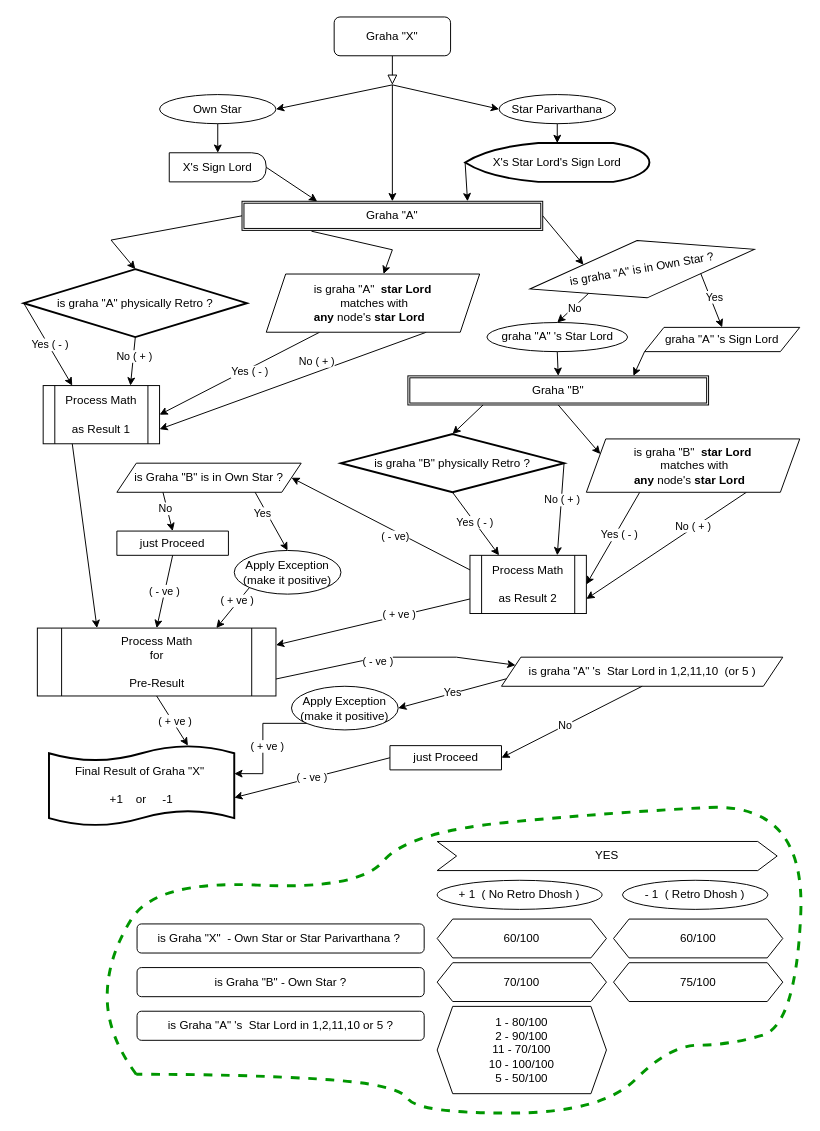
Above: retro/retro-new.drawio in appilivamsikrishna/drawings (draw.io), before the change. Source tidied: cells renumbered, new cells numbered last; positions are measured from the earlier drawing's top-left corner, leaving out a move shared by most shapes. Both pictures are drawn from the tidied source at 97%, with x=0, y=0 at pixel (23, 16).
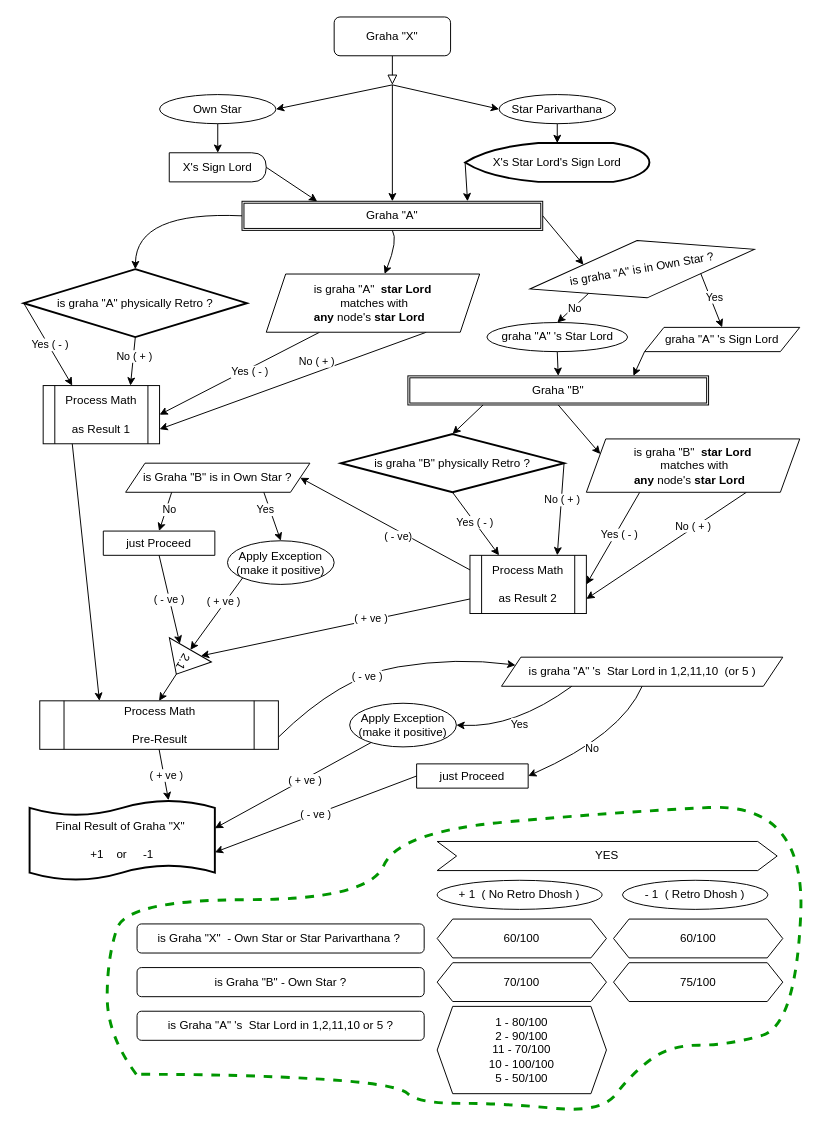
After the change.

Unchanged cells that the change refers to:
```xml
<mxCell id="13" value="Graha &quot;A&quot;" style="shape=ext;double=1;rounded=0;whiteSpace=wrap;html=1;" parent="1" vertex="1">
  <mxGeometry x="225" y="190" width="310" height="30" as="geometry" />
</mxCell>
<mxCell id="16" value="is graha &quot;A&quot; physically Retro ?" style="strokeWidth=2;html=1;shape=mxgraph.flowchart.decision;whiteSpace=wrap;" parent="1" vertex="1">
  <mxGeometry y="260" width="230" height="70" as="geometry" />
</mxCell>
<mxCell id="28" value="is graha &quot;A&quot;&amp;nbsp; &lt;b&gt;star Lord&lt;/b&gt;&lt;br&gt;&amp;nbsp;matches with&lt;br&gt;&amp;nbsp;&lt;b&gt;any &lt;/b&gt;node's &lt;b&gt;star Lord&lt;/b&gt;&amp;nbsp; &amp;nbsp;" style="shape=parallelogram;perimeter=parallelogramPerimeter;whiteSpace=wrap;html=1;fixedSize=1;" parent="1" vertex="1">
  <mxGeometry x="250" y="265" width="220" height="60" as="geometry" />
</mxCell>
<mxCell id="45" value="Process Math&lt;br&gt;&lt;br&gt;as Result 2" style="shape=process;whiteSpace=wrap;html=1;backgroundOutline=1;" parent="1" vertex="1">
  <mxGeometry x="460" y="555" width="120" height="60" as="geometry" />
</mxCell>
<mxCell id="74" value="is graha &quot;A&quot; 's&amp;nbsp; Star Lord in 1,2,11,10&amp;nbsp; (or 5 )" style="shape=parallelogram;perimeter=parallelogramPerimeter;whiteSpace=wrap;html=1;fixedSize=1;" parent="1" vertex="1">
  <mxGeometry x="492.5" y="660" width="290" height="30" as="geometry" />
</mxCell>
```

What changed in the source:
```diff
@@
-    <mxCell id="17" style="endArrow=classic;html=1;rounded=0;exitX=0;exitY=0.5;exitDx=0;exitDy=0;entryX=0.5;entryY=0;entryDx=0;entryDy=0;entryPerimeter=0;" parent="1" edge="1" source="13" target="16">
+    <mxCell id="17" style="endArrow=classic;html=1;rounded=0;exitX=0;exitY=0.5;exitDx=0;exitDy=0;entryX=0.5;entryY=0;entryDx=0;entryDy=0;entryPerimeter=0;curved=1;" parent="1" edge="1" source="13" target="16">
       <mxGeometry relative="1" as="geometry">
         <Array as="points">
-          <mxPoint x="90" y="230" />
+          <mxPoint x="116" y="200" />
         </Array>
       </mxGeometry>
     </mxCell>
-    <mxCell id="18" style="endArrow=classic;html=1;rounded=0;exitX=0.231;exitY=1.028;exitDx=0;exitDy=0;exitPerimeter=0;" parent="1" edge="1" source="13" target="28">
+    <mxCell id="18" style="endArrow=classic;html=1;rounded=0;exitX=0.5;exitY=1;exitDx=0;exitDy=0;curved=1;" parent="1" edge="1" source="13" target="28">
       <mxGeometry relative="1" as="geometry">
         <Array as="points">
-          <mxPoint x="380" y="240" />
+          <mxPoint x="386" y="230" />
         </Array>
       </mxGeometry>
     </mxCell>
@@
     <mxCell id="53" value="is Graha &quot;B&quot; is in Own Star ?" style="shape=parallelogram;perimeter=parallelogramPerimeter;whiteSpace=wrap;html=1;fixedSize=1;" parent="1" vertex="1">
-      <mxGeometry x="96" y="460" width="190" height="30" as="geometry" />
+      <mxGeometry x="105" y="460" width="190" height="30" as="geometry" />
     </mxCell>
@@
     <mxCell id="58" value="Apply Exception&lt;br&gt;(make it positive)" style="ellipse;whiteSpace=wrap;html=1;" parent="1" vertex="1">
-      <mxGeometry x="217" y="550" width="110" height="45" as="geometry" />
+      <mxGeometry x="210" y="540" width="110" height="45" as="geometry" />
     </mxCell>
@@
     <mxCell id="61" value="just Proceed" style="shape=parallelogram;perimeter=parallelogramPerimeter;whiteSpace=wrap;html=1;fixedSize=1;size=0;" parent="1" vertex="1">
-      <mxGeometry x="96" y="530" width="115" height="25" as="geometry" />
+      <mxGeometry x="82" y="530" width="115" height="25" as="geometry" />
     </mxCell>
-    <mxCell id="62" value="Process Math&lt;div&gt;for&lt;/div&gt;&lt;div&gt;&lt;br&gt;&lt;/div&gt;&lt;div&gt;Pre-Result&lt;/div&gt;" style="shape=process;whiteSpace=wrap;html=1;backgroundOutline=1;" parent="1" vertex="1">
-      <mxGeometry x="14" y="630" width="246" height="70" as="geometry" />
+    <mxCell id="62" value="Process Math&lt;div&gt;&lt;br&gt;&lt;/div&gt;&lt;div&gt;Pre-Result&lt;/div&gt;" style="shape=process;whiteSpace=wrap;html=1;backgroundOutline=1;" parent="1" vertex="1">
+      <mxGeometry x="16.5" y="705" width="246" height="50" as="geometry" />
     </mxCell>
@@
-    <mxCell id="64" value="( - ve )" style="endArrow=classic;html=1;rounded=0;exitX=0.5;exitY=1;exitDx=0;exitDy=0;entryX=0.5;entryY=0;entryDx=0;entryDy=0;" parent="1" edge="1" source="61" target="62">
+    <mxCell id="64" value="( - ve )" style="endArrow=classic;html=1;rounded=0;exitX=0.5;exitY=1;exitDx=0;exitDy=0;entryX=0;entryY=0.75;entryDx=0;entryDy=0;" parent="1" edge="1" source="61" target="95">
       <mxGeometry relative="1" as="geometry" />
     </mxCell>
-    <mxCell id="65" style="endArrow=classic;html=1;rounded=0;exitX=0;exitY=1;exitDx=0;exitDy=0;entryX=0.75;entryY=0;entryDx=0;entryDy=0;" parent="1" edge="1" source="58" target="62">
+    <mxCell id="65" style="endArrow=classic;html=1;rounded=0;exitX=0;exitY=1;exitDx=0;exitDy=0;entryX=0;entryY=0.5;entryDx=0;entryDy=0;" parent="1" edge="1" source="58" target="95">
       <mxGeometry relative="1" as="geometry" />
     </mxCell>
@@
-    <mxCell id="67" style="endArrow=classic;html=1;rounded=0;exitX=0;exitY=0.75;exitDx=0;exitDy=0;entryX=1;entryY=0.25;entryDx=0;entryDy=0;" parent="1" edge="1" source="45" target="62">
+    <mxCell id="67" style="endArrow=classic;html=1;rounded=0;exitX=0;exitY=0.75;exitDx=0;exitDy=0;entryX=0;entryY=0.25;entryDx=0;entryDy=0;" parent="1" edge="1" source="45" target="95">
       <mxGeometry relative="1" as="geometry" />
     </mxCell>
@@
     <mxCell id="69" value="Final Result of Graha &quot;X&quot;&amp;nbsp;&lt;br&gt;&lt;div&gt;&lt;br&gt;+1&amp;nbsp; &amp;nbsp; or&amp;nbsp; &amp;nbsp; &amp;nbsp;-1&lt;/div&gt;" style="shape=tape;whiteSpace=wrap;html=1;strokeWidth=2;size=0.19;" parent="1" vertex="1">
-      <mxGeometry x="26" y="751.2" width="191" height="82.5" as="geometry" />
+      <mxGeometry x="6" y="807.5" width="191" height="82.5" as="geometry" />
     </mxCell>
-    <mxCell id="70" style="endArrow=classic;html=1;rounded=0;exitX=1;exitY=0.75;exitDx=0;exitDy=0;entryX=0;entryY=0.25;entryDx=0;entryDy=0;" parent="1" edge="1" source="62" target="74">
+    <mxCell id="70" style="endArrow=classic;html=1;rounded=0;exitX=1;exitY=0.75;exitDx=0;exitDy=0;entryX=0;entryY=0.25;entryDx=0;entryDy=0;curved=1;" parent="1" edge="1" source="62" target="74">
       <mxGeometry relative="1" as="geometry">
         <Array as="points">
-          <mxPoint x="366" y="660" />
+          <mxPoint x="326" y="680" />
           <mxPoint x="446" y="660" />
         </Array>
       </mxGeometry>
     </mxCell>
@@
     <mxCell id="75" value="just Proceed" style="shape=parallelogram;perimeter=parallelogramPerimeter;whiteSpace=wrap;html=1;fixedSize=1;size=-1.5;" parent="1" vertex="1">
-      <mxGeometry x="377.5" y="751.2" width="115" height="25" as="geometry" />
+      <mxGeometry x="405" y="770" width="115" height="25" as="geometry" />
     </mxCell>
     <mxCell id="76" value="Apply Exception&lt;br&gt;(make it positive)" style="ellipse;whiteSpace=wrap;html=1;" parent="1" vertex="1">
-      <mxGeometry x="276" y="690" width="110" height="45" as="geometry" />
+      <mxGeometry x="336" y="707.5" width="110" height="45" as="geometry" />
     </mxCell>
-    <mxCell id="77" value="Yes" style="endArrow=classic;html=1;rounded=0;entryX=1;entryY=0.5;entryDx=0;entryDy=0;exitX=0;exitY=0.75;exitDx=0;exitDy=0;" parent="1" edge="1" source="74" target="76">
-      <mxGeometry relative="1" as="geometry" />
+    <mxCell id="77" value="Yes" style="endArrow=classic;html=1;rounded=0;entryX=1;entryY=0.5;entryDx=0;entryDy=0;exitX=0.25;exitY=1;exitDx=0;exitDy=0;curved=1;" parent="1" edge="1" source="74" target="76">
+      <mxGeometry relative="1" as="geometry">
+        <Array as="points">
+          <mxPoint x="506" y="733" />
+        </Array>
+      </mxGeometry>
     </mxCell>
-    <mxCell id="78" style="edgeStyle=orthogonalEdgeStyle;rounded=0;jettySize=auto;html=1;exitX=0;exitY=1;exitDx=0;exitDy=0;entryX=1;entryY=0.35;entryDx=0;entryDy=0;entryPerimeter=0;" parent="1" edge="1" source="76" target="69">
-      <mxGeometry relative="1" as="geometry" />
-    </mxCell>
-    <mxCell id="79" value="( + ve )" style="edgeLabel;html=1;align=center;verticalAlign=middle;" parent="78" vertex="1">
-      <mxGeometry x="0.07" y="4" relative="1" as="geometry" />
-    </mxCell>
@@
-    <mxCell id="81" style="endArrow=classic;html=1;rounded=0;exitX=0.5;exitY=1;exitDx=0;exitDy=0;entryX=1;entryY=0.5;entryDx=0;entryDy=0;" parent="1" edge="1" source="74" target="75">
-      <mxGeometry relative="1" as="geometry" />
+    <mxCell id="81" style="endArrow=classic;html=1;rounded=0;exitX=0.5;exitY=1;exitDx=0;exitDy=0;entryX=1;entryY=0.5;entryDx=0;entryDy=0;curved=1;" parent="1" edge="1" source="74" target="75">
+      <mxGeometry relative="1" as="geometry">
+        <Array as="points">
+          <mxPoint x="616" y="740" />
+        </Array>
+      </mxGeometry>
     </mxCell>
@@
     <mxCell id="94" style="endArrow=none;html=1;rounded=0;strokeColor=#009600;curved=1;strokeWidth=3;shadow=0;flowAnimation=0;dashed=1;" parent="1" edge="1">
       <mxGeometry relative="1" as="geometry">
         <mxPoint x="116" y="1090" as="sourcePoint" />
         <mxPoint x="116" y="1090" as="targetPoint" />
         <Array as="points">
           <mxPoint x="86" y="1050" />
           <mxPoint x="86" y="970" />
-          <mxPoint x="136" y="890" />
-          <mxPoint x="346" y="900" />
-          <mxPoint x="396" y="840" />
+          <mxPoint x="106" y="910" />
+          <mxPoint x="356" y="910" />
+          <mxPoint x="386" y="840" />
           <mxPoint x="606" y="820" />
           <mxPoint x="806" y="810" />
           <mxPoint x="796" y="1040" />
           <mxPoint x="726" y="1060" />
           <mxPoint x="666" y="1060" />
+          <mxPoint x="626" y="1090" />
           <mxPoint x="596" y="1130" />
-          <mxPoint x="406" y="1130" />
+          <mxPoint x="496" y="1120" />
+          <mxPoint x="406" y="1120" />
           <mxPoint x="386" y="1100" />
           <mxPoint x="226" y="1090" />
         </Array>
       </mxGeometry>
     </mxCell>
+    <mxCell id="95" value="2.1" style="triangle;whiteSpace=wrap;html=1;rotation=120;" parent="1" vertex="1">
+      <mxGeometry x="150" y="640" width="29" height="50" as="geometry" />
+    </mxCell>
+    <mxCell id="78" style="endArrow=classic;html=1;rounded=0;entryX=1;entryY=0.35;entryDx=0;entryDy=0;entryPerimeter=0;" parent="1" edge="1" source="76" target="69">
+      <mxGeometry relative="1" as="geometry" />
+    </mxCell>
+    <mxCell id="79" value="( + ve )" style="edgeLabel;html=1;align=center;verticalAlign=middle;" parent="78" vertex="1">
+      <mxGeometry x="-0.14" y="1" relative="1" as="geometry" />
+    </mxCell>
+    <mxCell id="96" style="endArrow=classic;html=1;rounded=0;exitX=1;exitY=0.5;exitDx=0;exitDy=0;entryX=0.5;entryY=0;entryDx=0;entryDy=0;" parent="1" edge="1" source="95" target="62">
+      <mxGeometry relative="1" as="geometry" />
+    </mxCell>
```
